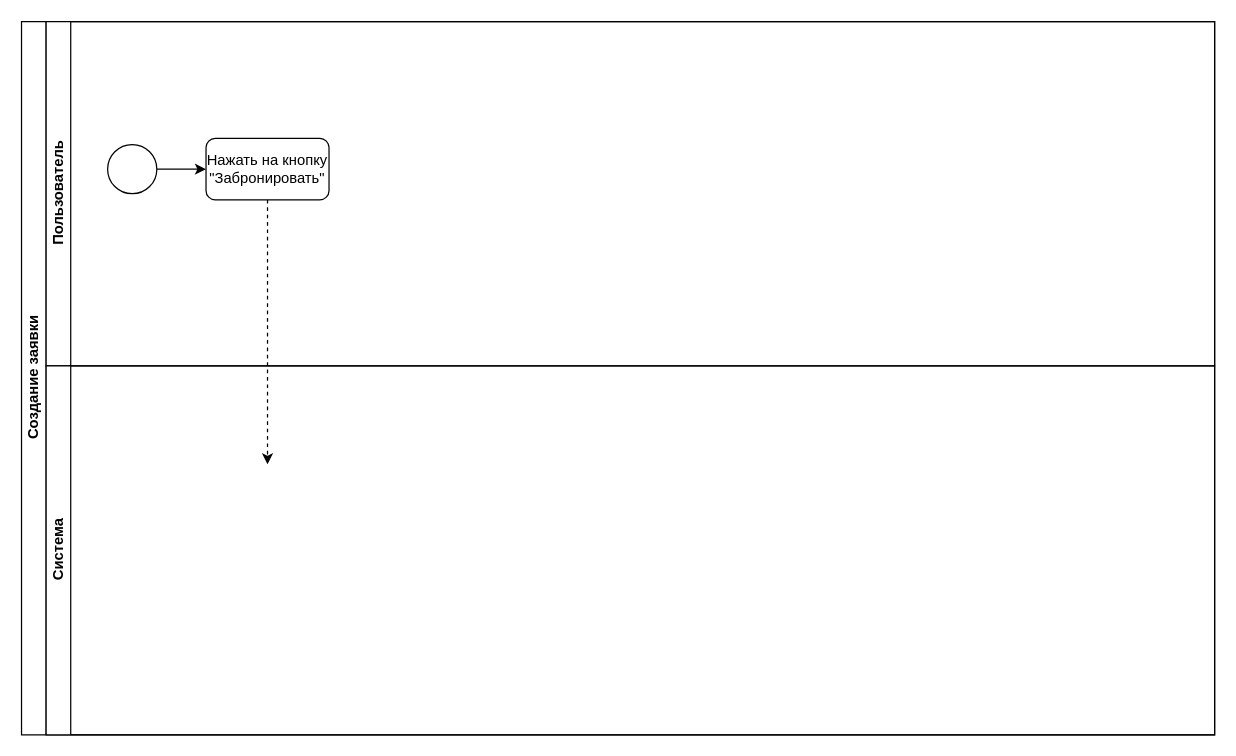
Earlier version of the draw.io diagram BPMN_study.drawio (pytonuserouner/UML_study). Source tidied: cells renumbered, new cells numbered last; positions are measured from the earlier drawing's top-left corner, leaving out a move shared by most shapes. Both pictures are drawn from the tidied source at 123%, with x=0, y=0 at pixel (21, 21).
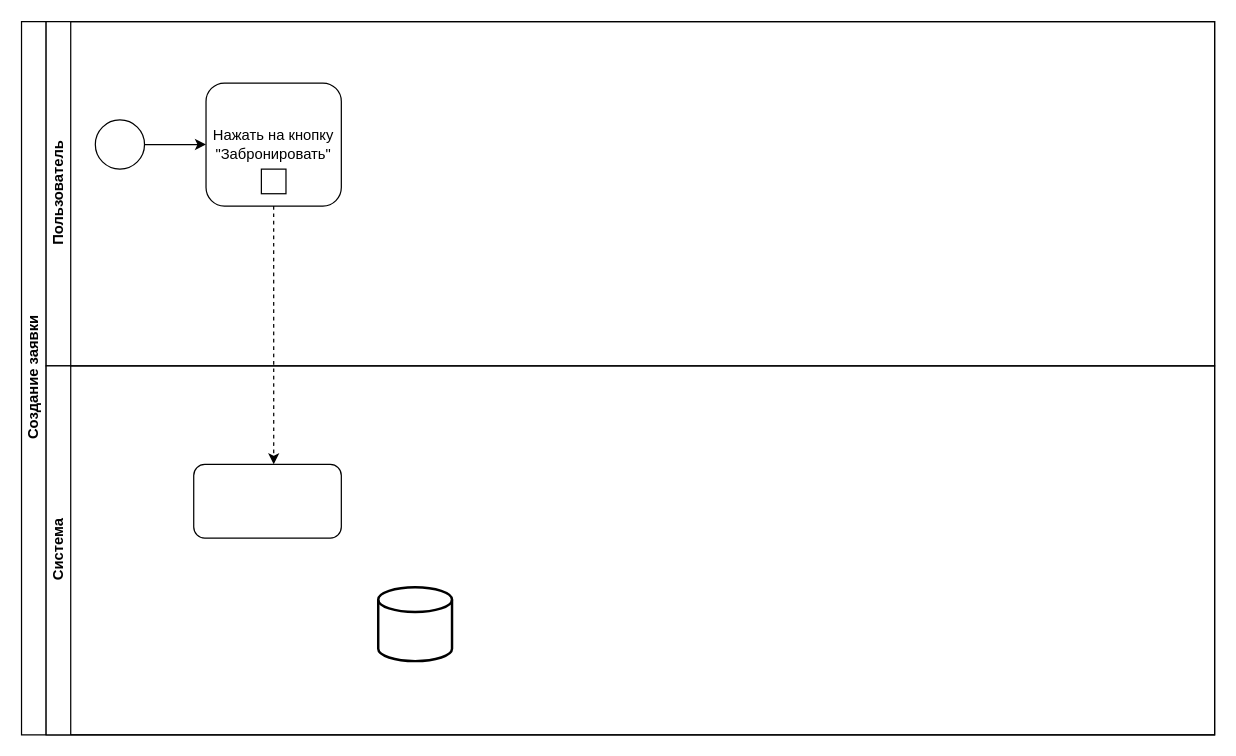
The same page after the edit.

The edit, as a diff of the source:
```diff
@@
 <mxGraphModel>
   <root>
     <mxCell id="0" />
     <mxCell id="1" parent="0" />
     <mxCell id="2" value="Создание заявки" style="swimlane;html=1;horizontal=0;startSize=20;" parent="1" vertex="1">
       <mxGeometry width="970" height="580" as="geometry" />
     </mxCell>
     <mxCell id="3" value="Пользователь" style="swimlane;html=1;startSize=20;horizontal=0;" parent="2" vertex="1">
       <mxGeometry x="20" width="950" height="280" as="geometry" />
     </mxCell>
     <mxCell id="4" style="ellipse;whiteSpace=wrap;html=1;" parent="3" vertex="1">
-      <mxGeometry x="50" y="100" width="40" height="40" as="geometry" />
+      <mxGeometry x="40" y="80" width="40" height="40" as="geometry" />
     </mxCell>
     <mxCell id="5" value="Нажать на кнопку &quot;Забронировать&quot;" style="rounded=1;whiteSpace=wrap;html=1;" parent="3" vertex="1">
-      <mxGeometry x="130" y="95" width="100" height="50" as="geometry" />
+      <mxGeometry x="130" y="50" width="110" height="100" as="geometry" />
     </mxCell>
     <mxCell id="6" style="endArrow=classic;html=1;rounded=0;exitX=1;exitY=0.5;exitDx=0;exitDy=0;entryX=0;entryY=0.5;entryDx=0;entryDy=0;" parent="3" edge="1" source="4" target="5">
       <mxGeometry relative="1" as="geometry" />
     </mxCell>
+    <mxCell id="9" style="whiteSpace=wrap;html=1;" parent="3" vertex="1">
+      <mxGeometry x="175" y="120" width="20" height="20" as="geometry" />
+    </mxCell>
     <mxCell id="7" value="Система" style="swimlane;html=1;startSize=20;horizontal=0;" parent="2" vertex="1">
       <mxGeometry x="20" y="280" width="950" height="300" as="geometry" />
     </mxCell>
+    <mxCell id="10" style="rounded=1;whiteSpace=wrap;html=1;" parent="7" vertex="1">
+      <mxGeometry x="120" y="80" width="120" height="60" as="geometry" />
+    </mxCell>
+    <mxCell id="11" style="strokeWidth=2;html=1;shape=mxgraph.flowchart.database;whiteSpace=wrap;" parent="7" vertex="1">
+      <mxGeometry x="270" y="180" width="60" height="60" as="geometry" />
+    </mxCell>
-    <mxCell id="8" style="endArrow=classic;html=1;rounded=0;exitX=0.5;exitY=1;exitDx=0;exitDy=0;dashed=1;" parent="1" edge="1" source="5">
-      <mxGeometry relative="1" as="geometry">
-        <mxPoint x="200" y="360" as="targetPoint" />
-      </mxGeometry>
+    <mxCell id="8" style="endArrow=classic;html=1;rounded=0;exitX=0.5;exitY=1;exitDx=0;exitDy=0;dashed=1;entryX=0.542;entryY=0;entryDx=0;entryDy=0;entryPerimeter=0;" parent="2" edge="1" source="5" target="10">
+      <mxGeometry relative="1" as="geometry" />
     </mxCell>
   </root>
 </mxGraphModel>
```
